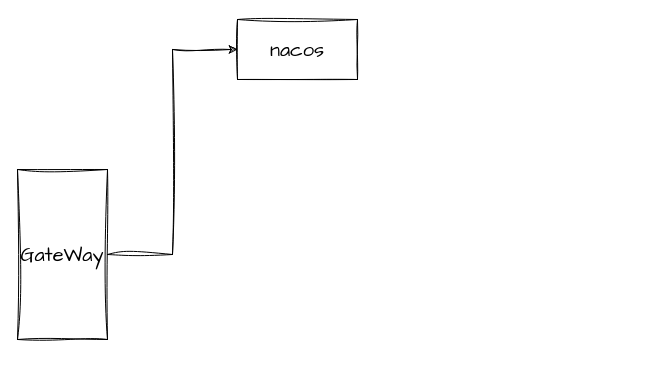
Earlier version of the draw.io diagram draw/Spring Cloud Alibaba灰度发布能力扩展所支持的客户端类型.drawio (gyyst/img). Source tidied: cells renumbered, new cells numbered last; positions are measured from the earlier drawing's top-left corner, leaving out a move shared by most shapes. Both pictures are drawn from the tidied source at 100%, with x=0, y=0 at pixel (17, 19).
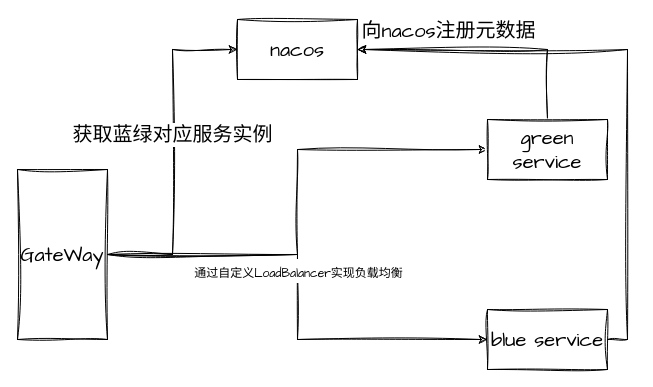
After the change.

Commit message (it also covers changes not shown here):
更新Spring Cloud Alibaba灰度发布能力扩展所支持的客户端类型.drawio

The edit, as a diff of the source:
```diff
@@
 <mxGraphModel>
   <root>
     <mxCell id="0" />
     <mxCell id="1" parent="0" />
     <mxCell id="2" style="edgeStyle=orthogonalEdgeStyle;rounded=0;sketch=1;hachureGap=4;jiggle=2;curveFitting=1;jettySize=auto;html=1;entryX=0;entryY=0.5;entryDx=0;entryDy=0;fontFamily=Architects Daughter;fontSize=16;" parent="1" edge="1" source="3" target="4">
       <mxGeometry relative="1" as="geometry" />
     </mxCell>
+    <mxCell id="5" value="获取蓝绿对应服务实例" style="edgeLabel;html=1;align=center;verticalAlign=middle;fontSize=20;fontFamily=Architects Daughter;" parent="2" vertex="1">
+      <mxGeometry x="0.11" y="1" relative="1" as="geometry" />
+    </mxCell>
+    <mxCell id="6" style="edgeStyle=orthogonalEdgeStyle;rounded=0;sketch=1;hachureGap=4;jiggle=2;curveFitting=1;jettySize=auto;html=1;entryX=0;entryY=0.5;entryDx=0;entryDy=0;fontFamily=Architects Daughter;fontSize=16;" parent="1" edge="1" source="3" target="8">
+      <mxGeometry relative="1" as="geometry" />
+    </mxCell>
     <mxCell id="3" value="GateWay" style="rounded=0;whiteSpace=wrap;html=1;sketch=1;hachureGap=4;jiggle=2;curveFitting=1;fontFamily=Architects Daughter;fontSize=20;" parent="1" vertex="1">
       <mxGeometry y="150" width="90" height="170" as="geometry" />
     </mxCell>
     <mxCell id="4" value="nacos" style="rounded=0;whiteSpace=wrap;html=1;sketch=1;hachureGap=4;jiggle=2;curveFitting=1;fontFamily=Architects Daughter;fontSize=20;" parent="1" vertex="1">
       <mxGeometry x="220" width="120" height="60" as="geometry" />
     </mxCell>
+    <mxCell id="7" style="edgeStyle=orthogonalEdgeStyle;rounded=0;sketch=1;hachureGap=4;jiggle=2;curveFitting=1;jettySize=auto;html=1;fontFamily=Architects Daughter;fontSize=16;" parent="1" edge="1" source="8">
+      <mxGeometry relative="1" as="geometry">
+        <mxPoint x="340" y="30" as="targetPoint" />
+        <Array as="points">
+          <mxPoint x="530" y="30" />
+        </Array>
+      </mxGeometry>
+    </mxCell>
+    <mxCell id="8" value="green service" style="rounded=0;whiteSpace=wrap;html=1;sketch=1;hachureGap=4;jiggle=2;curveFitting=1;fontFamily=Architects Daughter;fontSize=20;" parent="1" vertex="1">
+      <mxGeometry x="470" y="100" width="120" height="60" as="geometry" />
+    </mxCell>
+    <mxCell id="9" style="edgeStyle=orthogonalEdgeStyle;rounded=0;sketch=1;hachureGap=4;jiggle=2;curveFitting=1;jettySize=auto;html=1;exitX=1;exitY=0.5;exitDx=0;exitDy=0;entryX=1;entryY=0.5;entryDx=0;entryDy=0;fontFamily=Architects Daughter;fontSize=16;" parent="1" edge="1" source="11" target="4">
+      <mxGeometry relative="1" as="geometry" />
+    </mxCell>
+    <mxCell id="10" value="向nacos注册元数据" style="edgeLabel;html=1;align=center;verticalAlign=middle;fontSize=20;fontFamily=Architects Daughter;" parent="9" vertex="1">
+      <mxGeometry x="0.69" y="2" relative="1" as="geometry">
+        <mxPoint y="-22" as="offset" />
+      </mxGeometry>
+    </mxCell>
+    <mxCell id="11" value="blue service" style="rounded=0;whiteSpace=wrap;html=1;sketch=1;hachureGap=4;jiggle=2;curveFitting=1;fontFamily=Architects Daughter;fontSize=20;" parent="1" vertex="1">
+      <mxGeometry x="470" y="290" width="120" height="60" as="geometry" />
+    </mxCell>
+    <mxCell id="12" style="edgeStyle=orthogonalEdgeStyle;rounded=0;sketch=1;hachureGap=4;jiggle=2;curveFitting=1;jettySize=auto;html=1;entryX=0;entryY=0.5;entryDx=0;entryDy=0;fontFamily=Architects Daughter;fontSize=16;" parent="1" edge="1" source="3" target="11">
+      <mxGeometry relative="1" as="geometry" />
+    </mxCell>
+    <mxCell id="13" value="&lt;font style=&quot;font-size: 12px;&quot;&gt;通过自定义LoadBalancer实现负载均衡&lt;/font&gt;" style="edgeLabel;html=1;align=center;verticalAlign=middle;fontSize=20;fontFamily=Architects Daughter;" parent="12" vertex="1">
+      <mxGeometry x="-0.4" relative="1" as="geometry">
+        <mxPoint x="50" y="15" as="offset" />
+      </mxGeometry>
+    </mxCell>
   </root>
 </mxGraphModel>
```
